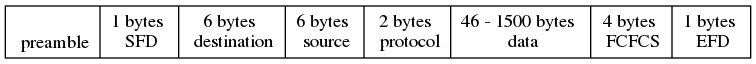
Earlier version of the Graphviz export pictures/ethernet_II.png (martinspedro/RT-Notes). Its source is kept beside it as pictures/ethernet_II.dot.
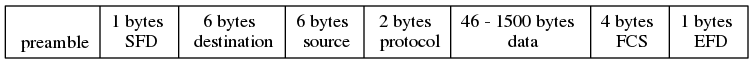
Above is the later version.

Commit message:
[WIP] Update Protocol Demultiplexing notes and graphs

Change to the diagram source:
```diff
@@ -1,3 +1,3 @@
 digraph ethernet {
-	struct_1 [shape=record, label="\n preamble | 1 bytes \n SFD | 6 bytes \n destination |  6 bytes \n source | 2 bytes \n protocol |  46 - 1500 bytes \n data | 4 bytes \n FCFCS | 1 bytes \n EFD"]
+	struct_1 [shape=record, label="\n preamble | 1 bytes \n SFD | 6 bytes \n destination |  6 bytes \n source | 2 bytes \n protocol |  46 - 1500 bytes \n data | 4 bytes \n FCS | 1 bytes \n EFD"]
 }
```
